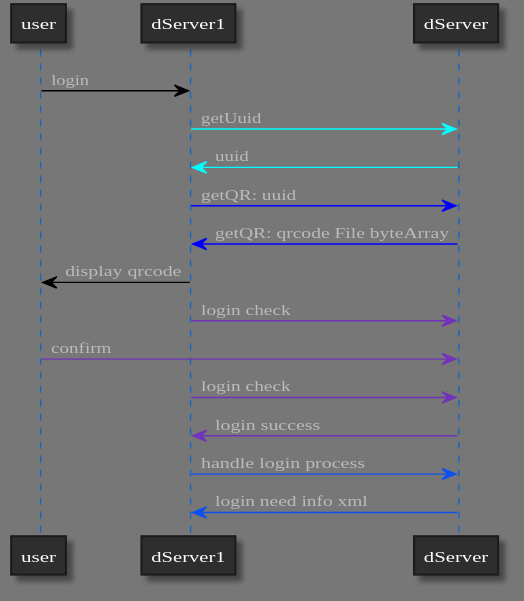
hyx-tech/itchat4j keeps this PlantUML diagram as image/logic.svg. Above is the earlier version.
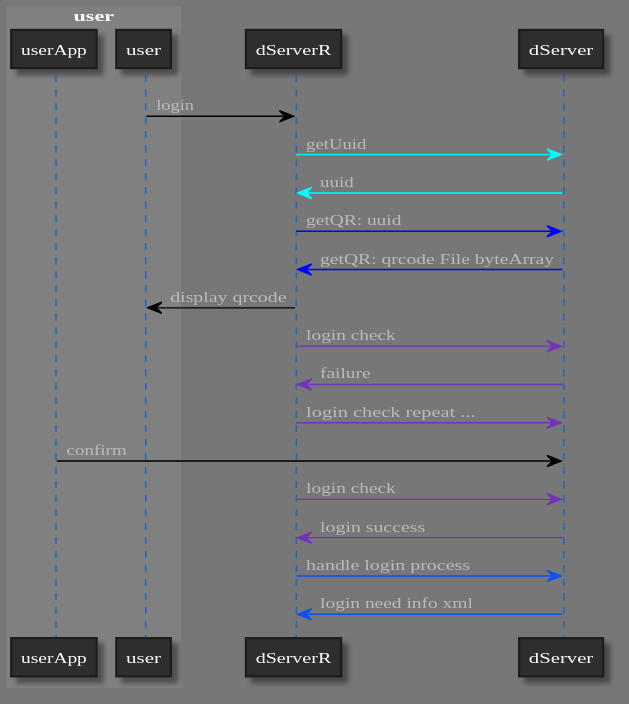
After the commit.

What changed in the source:
```diff
@@ -1,17 +1,24 @@
 @startuml
 !define DARKBLUE
 !include /home/van/soft/font/style-class.puml
+box "user" #gray
+    participant userApp
+    participant user
+end box
 
-user     [#000000]-> dServer1          : login
-dServer1 [#00FFFF]-> dServer  : getUuid
-dServer  [#00FFFF]-> dServer1 : uuid
-dServer1 [#0000FF]-> dServer  : getQR: uuid
-dServer  [#0000FF]-> dServer1 : getQR: qrcode File byteArray
-dServer1 [#000000]-> user     : display qrcode
-dServer1 [#7233BB]-> dServer  : login check
-user     [#7233BB]-> dServer  : confirm
-dServer1 [#7233BB]-> dServer  : login check
-dServer  [#7233BB]-> dServer1 : login success
-dServer1 [#0C51F0]-> dServer  : handle login process
-dServer  [#0C51F0]-> dServer1 : login need info xml
+
+user     [#000000]-> dServerR : login
+dServerR [#00FFFF]-> dServer  : getUuid
+dServer  [#00FFFF]-> dServerR : uuid
+dServerR [#0000FF]-> dServer  : getQR: uuid
+dServer  [#0000FF]-> dServerR : getQR: qrcode File byteArray
+dServerR [#000000]-> user     : display qrcode
+dServerR [#7233BB]-> dServer  : login check
+dServer  [#7233BB]-> dServerR : failure
+dServerR [#7233BB]-> dServer  : login check repeat ...
+userApp  [#000000]-> dServer  : confirm
+dServerR [#7233BB]-> dServer  : login check
+dServer  [#7233BB]-> dServerR : login success
+dServerR [#0C51F0]-> dServer  : handle login process
+dServer  [#0C51F0]-> dServerR : login need info xml
 @enduml
```
